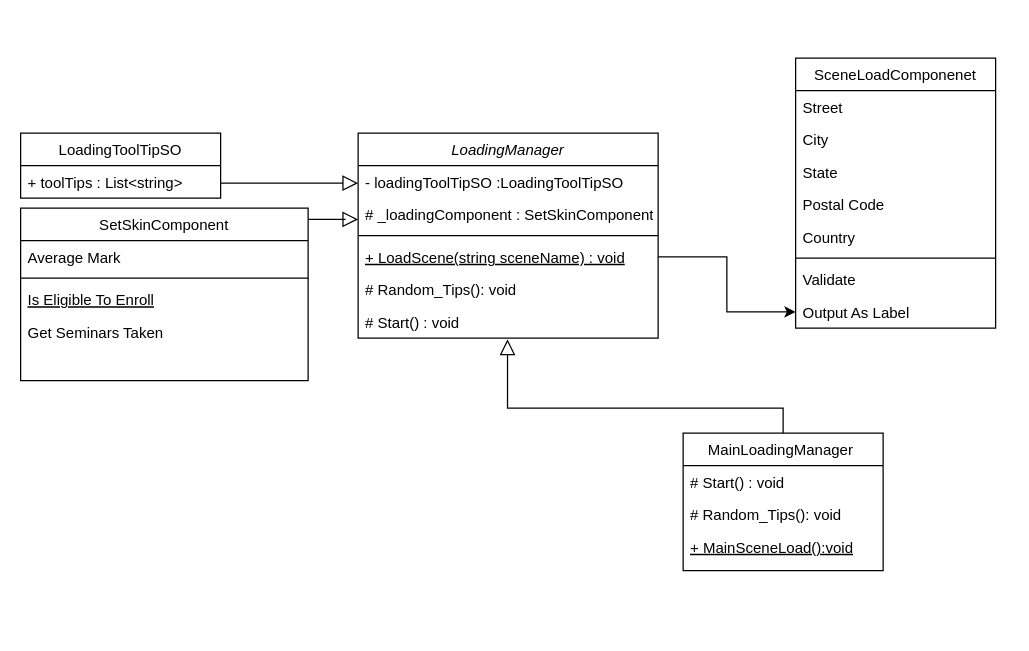
Above: StationerySmashLoading.drawio in elsam0104/Diagrams (draw.io), before the change. Source tidied: cells renumbered, new cells numbered last; positions are measured from the earlier drawing's top-left corner, leaving out a move shared by most shapes. Both pictures are drawn from the tidied source at 125%, with x=0, y=0 at pixel (20, 58).
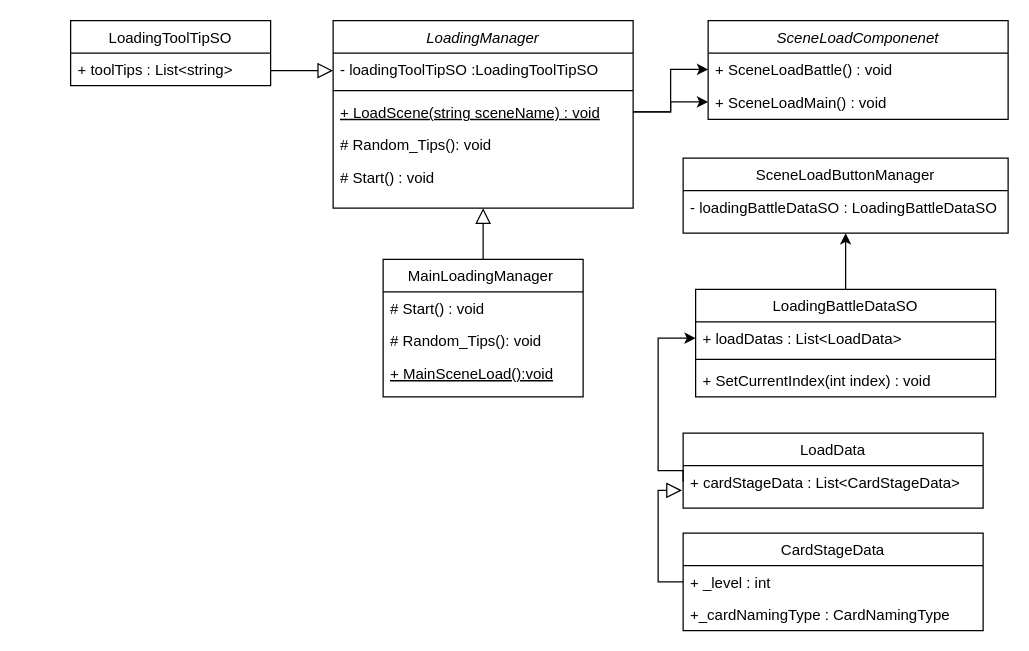
After the change.

What changed in the source:
```diff
@@
     <mxCell id="2" value="LoadingManager" style="swimlane;fontStyle=2;align=center;verticalAlign=top;horizontal=1;startSize=26;rounded=0;shadow=0;strokeWidth=1;" parent="1" vertex="1">
-      <mxGeometry x="270" y="60" width="240" height="164" as="geometry" />
+      <mxGeometry x="250" y="-30" width="240" height="150" as="geometry" />
     </mxCell>
@@
-    <mxCell id="4" value="# _loadingComponent : SetSkinComponent" style="text;align=left;verticalAlign=top;spacingLeft=4;spacingRight=4;overflow=hidden;rounded=0;shadow=0;html=0;" parent="2" vertex="1">
-      <mxGeometry y="52" width="240" height="26" as="geometry" />
-    </mxCell>
     <mxCell id="5" style="line;html=1;strokeWidth=1;align=left;verticalAlign=middle;spacingTop=-1;spacingLeft=3;spacingRight=3;labelPosition=right;" parent="2" vertex="1">
-      <mxGeometry y="78" width="240" height="8" as="geometry" />
+      <mxGeometry y="52" width="240" height="8" as="geometry" />
     </mxCell>
     <mxCell id="6" value="+ LoadScene(string sceneName) : void" style="text;align=left;verticalAlign=top;spacingLeft=4;spacingRight=4;overflow=hidden;points=[[0,0.5],[1,0.5]];portConstraint=eastwest;fontStyle=4;" parent="2" vertex="1">
-      <mxGeometry y="86" width="240" height="26" as="geometry" />
+      <mxGeometry y="60" width="240" height="26" as="geometry" />
     </mxCell>
     <mxCell id="7" value="# Random_Tips(): void" style="text;align=left;verticalAlign=top;spacingLeft=4;spacingRight=4;overflow=hidden;rounded=0;shadow=0;html=0;" parent="2" vertex="1">
-      <mxGeometry y="112" width="240" height="26" as="geometry" />
+      <mxGeometry y="86" width="240" height="26" as="geometry" />
     </mxCell>
     <mxCell id="8" value="# Start() : void" style="text;align=left;verticalAlign=top;spacingLeft=4;spacingRight=4;overflow=hidden;points=[[0,0.5],[1,0.5]];portConstraint=eastwest;" parent="2" vertex="1">
-      <mxGeometry y="138" width="240" height="26" as="geometry" />
+      <mxGeometry y="112" width="240" height="26" as="geometry" />
     </mxCell>
-    <mxCell id="9" value="SetSkinComponent" style="swimlane;fontStyle=0;align=center;verticalAlign=top;horizontal=1;startSize=26;rounded=0;shadow=0;strokeWidth=1;" parent="1" vertex="1">
-      <mxGeometry y="120" width="230" height="138" as="geometry" />
-    </mxCell>
-    <mxCell id="10" value="Average Mark" style="text;align=left;verticalAlign=top;spacingLeft=4;spacingRight=4;overflow=hidden;rounded=0;shadow=0;html=0;" parent="9" vertex="1">
-      <mxGeometry y="26" width="230" height="26" as="geometry" />
-    </mxCell>
-    <mxCell id="11" style="line;html=1;strokeWidth=1;align=left;verticalAlign=middle;spacingTop=-1;spacingLeft=3;spacingRight=3;labelPosition=right;" parent="9" vertex="1">
-      <mxGeometry y="52" width="230" height="8" as="geometry" />
-    </mxCell>
-    <mxCell id="12" value="Is Eligible To Enroll" style="text;align=left;verticalAlign=top;spacingLeft=4;spacingRight=4;overflow=hidden;fontStyle=4;" parent="9" vertex="1">
-      <mxGeometry y="60" width="230" height="26" as="geometry" />
-    </mxCell>
-    <mxCell id="13" value="Get Seminars Taken" style="text;align=left;verticalAlign=top;spacingLeft=4;spacingRight=4;overflow=hidden;" parent="9" vertex="1">
-      <mxGeometry y="86" width="230" height="26" as="geometry" />
-    </mxCell>
-    <mxCell id="14" style="endArrow=block;endSize=10;endFill=0;shadow=0;strokeWidth=1;rounded=0;edgeStyle=elbowEdgeStyle;elbow=vertical;" parent="1" edge="1" source="9" target="2">
-      <mxGeometry relative="1" as="geometry">
-        <Array as="points">
-          <mxPoint x="260" y="129" />
-        </Array>
-      </mxGeometry>
-    </mxCell>
     <mxCell id="15" value="LoadingToolTipSO" style="swimlane;fontStyle=0;align=center;verticalAlign=top;horizontal=1;startSize=26;rounded=0;shadow=0;strokeWidth=1;" parent="1" vertex="1">
-      <mxGeometry y="60" width="160" height="52" as="geometry" />
+      <mxGeometry x="40" y="-30" width="160" height="52" as="geometry" />
     </mxCell>
@@
     <mxCell id="17" style="endArrow=block;endSize=10;endFill=0;shadow=0;strokeWidth=1;rounded=0;edgeStyle=elbowEdgeStyle;elbow=vertical;" parent="1" edge="1" source="15" target="2">
       <mxGeometry relative="1" as="geometry">
         <Array as="points">
-          <mxPoint x="250" y="100" />
-          <mxPoint x="330" y="210" />
-          <mxPoint x="320" y="250" />
+          <mxPoint x="230" y="10" />
+          <mxPoint x="310" y="120" />
+          <mxPoint x="300" y="160" />
         </Array>
       </mxGeometry>
     </mxCell>
-    <mxCell id="18" value="SceneLoadComponenet" style="swimlane;fontStyle=0;align=center;verticalAlign=top;horizontal=1;startSize=26;rounded=0;shadow=0;strokeWidth=1;" parent="1" vertex="1">
-      <mxGeometry x="620" width="160" height="216" as="geometry" />
-    </mxCell>
-    <mxCell id="19" value="Street" style="text;align=left;verticalAlign=top;spacingLeft=4;spacingRight=4;overflow=hidden;" parent="18" vertex="1">
-      <mxGeometry y="26" width="160" height="26" as="geometry" />
-    </mxCell>
-    <mxCell id="20" value="City" style="text;align=left;verticalAlign=top;spacingLeft=4;spacingRight=4;overflow=hidden;rounded=0;shadow=0;html=0;" parent="18" vertex="1">
-      <mxGeometry y="52" width="160" height="26" as="geometry" />
-    </mxCell>
-    <mxCell id="21" value="State" style="text;align=left;verticalAlign=top;spacingLeft=4;spacingRight=4;overflow=hidden;rounded=0;shadow=0;html=0;" parent="18" vertex="1">
-      <mxGeometry y="78" width="160" height="26" as="geometry" />
-    </mxCell>
-    <mxCell id="22" value="Postal Code" style="text;align=left;verticalAlign=top;spacingLeft=4;spacingRight=4;overflow=hidden;rounded=0;shadow=0;html=0;" parent="18" vertex="1">
-      <mxGeometry y="104" width="160" height="26" as="geometry" />
-    </mxCell>
-    <mxCell id="23" value="Country" style="text;align=left;verticalAlign=top;spacingLeft=4;spacingRight=4;overflow=hidden;rounded=0;shadow=0;html=0;" parent="18" vertex="1">
-      <mxGeometry y="130" width="160" height="26" as="geometry" />
-    </mxCell>
-    <mxCell id="24" style="line;html=1;strokeWidth=1;align=left;verticalAlign=middle;spacingTop=-1;spacingLeft=3;spacingRight=3;labelPosition=right;" parent="18" vertex="1">
-      <mxGeometry y="156" width="160" height="8" as="geometry" />
-    </mxCell>
-    <mxCell id="25" value="Validate" style="text;align=left;verticalAlign=top;spacingLeft=4;spacingRight=4;overflow=hidden;" parent="18" vertex="1">
-      <mxGeometry y="164" width="160" height="26" as="geometry" />
-    </mxCell>
-    <mxCell id="26" value="Output As Label" style="text;align=left;verticalAlign=top;spacingLeft=4;spacingRight=4;overflow=hidden;points=[[0,0.5],[1,0.5]];portConstraint=eastwest;" parent="18" vertex="1">
-      <mxGeometry y="190" width="160" height="26" as="geometry" />
-    </mxCell>
     <mxCell id="27" value="MainLoadingManager " style="swimlane;fontStyle=0;align=center;verticalAlign=top;horizontal=1;startSize=26;rounded=0;shadow=0;strokeWidth=1;" parent="1" vertex="1">
-      <mxGeometry x="530" y="300" width="160" height="110" as="geometry" />
+      <mxGeometry x="290" y="161" width="160" height="110" as="geometry" />
     </mxCell>
@@
-    <mxCell id="31" style="endArrow=block;endSize=10;endFill=0;shadow=0;strokeWidth=1;rounded=0;edgeStyle=elbowEdgeStyle;elbow=vertical;exitX=0.5;exitY=0;exitDx=0;exitDy=0;entryX=0.498;entryY=1.038;entryDx=0;entryDy=0;entryPerimeter=0;" parent="1" edge="1" source="27" target="8">
+    <mxCell id="31" style="endArrow=block;endSize=10;endFill=0;shadow=0;strokeWidth=1;rounded=0;edgeStyle=elbowEdgeStyle;elbow=vertical;exitX=0.5;exitY=0;exitDx=0;exitDy=0;entryX=0.5;entryY=1;entryDx=0;entryDy=0;" parent="1" edge="1" source="27" target="2">
       <mxGeometry relative="1" as="geometry">
         <Array as="points">
-          <mxPoint x="390" y="280" />
+          <mxPoint x="460" y="160" />
         </Array>
       </mxGeometry>
     </mxCell>
-    <mxCell id="32" style="edgeStyle=orthogonalEdgeStyle;rounded=0;jettySize=auto;html=1;" parent="1" edge="1" source="6" target="26">
-      <mxGeometry relative="1" as="geometry" />
-    </mxCell>
+    <mxCell id="18" value="SceneLoadComponenet" style="swimlane;fontStyle=2;align=center;verticalAlign=top;horizontal=1;startSize=26;rounded=0;shadow=0;strokeWidth=1;" parent="1" vertex="1">
+      <mxGeometry x="550" y="-30" width="240" height="79" as="geometry" />
+    </mxCell>
+    <mxCell id="33" value="+ SceneLoadBattle() : void" style="text;align=left;verticalAlign=top;spacingLeft=4;spacingRight=4;overflow=hidden;points=[[0,0.5],[1,0.5]];portConstraint=eastwest;fontStyle=0;" parent="18" vertex="1">
+      <mxGeometry y="26" width="240" height="26" as="geometry" />
+    </mxCell>
+    <mxCell id="34" value="+ SceneLoadMain() : void" style="text;align=left;verticalAlign=top;spacingLeft=4;spacingRight=4;overflow=hidden;points=[[0,0.5],[1,0.5]];portConstraint=eastwest;rounded=0;shadow=0;html=0;" parent="18" vertex="1">
+      <mxGeometry y="52" width="240" height="26" as="geometry" />
+    </mxCell>
+    <mxCell id="35" value="LoadData" style="swimlane;fontStyle=0;align=center;verticalAlign=top;horizontal=1;startSize=26;rounded=0;shadow=0;strokeWidth=1;" parent="1" vertex="1">
+      <mxGeometry x="530" y="300" width="240" height="60" as="geometry" />
+    </mxCell>
+    <mxCell id="36" value="+ cardStageData : List&lt;CardStageData&gt; " style="text;align=left;verticalAlign=top;spacingLeft=4;spacingRight=4;overflow=hidden;points=[[0,0.5],[1,0.5]];portConstraint=eastwest;" parent="35" vertex="1">
+      <mxGeometry y="26" width="240" height="26" as="geometry" />
+    </mxCell>
+    <mxCell id="37" value="CardStageData" style="swimlane;fontStyle=0;align=center;verticalAlign=top;horizontal=1;startSize=26;rounded=0;shadow=0;strokeWidth=1;" parent="1" vertex="1">
+      <mxGeometry x="530" y="380" width="240" height="78" as="geometry" />
+    </mxCell>
+    <mxCell id="38" value="+ _level : int" style="text;align=left;verticalAlign=top;spacingLeft=4;spacingRight=4;overflow=hidden;" parent="37" vertex="1">
+      <mxGeometry y="26" width="240" height="26" as="geometry" />
+    </mxCell>
+    <mxCell id="39" value="+_cardNamingType : CardNamingType " style="text;align=left;verticalAlign=top;spacingLeft=4;spacingRight=4;overflow=hidden;" parent="37" vertex="1">
+      <mxGeometry y="52" width="240" height="26" as="geometry" />
+    </mxCell>
+    <mxCell id="40" style="edgeStyle=orthogonalEdgeStyle;rounded=0;jettySize=auto;html=1;exitX=0.5;exitY=0;exitDx=0;exitDy=0;entryX=0.5;entryY=1;entryDx=0;entryDy=0;" parent="1" edge="1" source="41" target="45">
+      <mxGeometry relative="1" as="geometry" />
+    </mxCell>
+    <mxCell id="41" value="LoadingBattleDataSO" style="swimlane;fontStyle=0;align=center;verticalAlign=top;horizontal=1;startSize=26;rounded=0;shadow=0;strokeWidth=1;" parent="1" vertex="1">
+      <mxGeometry x="540" y="185" width="240" height="86" as="geometry" />
+    </mxCell>
+    <mxCell id="42" value="+ loadDatas : List&lt;LoadData&gt; " style="text;align=left;verticalAlign=top;spacingLeft=4;spacingRight=4;overflow=hidden;points=[[0,0.5],[1,0.5]];portConstraint=eastwest;" parent="41" vertex="1">
+      <mxGeometry y="26" width="240" height="26" as="geometry" />
+    </mxCell>
+    <mxCell id="43" style="line;html=1;strokeWidth=1;align=left;verticalAlign=middle;spacingTop=-1;spacingLeft=3;spacingRight=3;labelPosition=right;" parent="41" vertex="1">
+      <mxGeometry y="52" width="240" height="8" as="geometry" />
+    </mxCell>
+    <mxCell id="44" value="+ SetCurrentIndex(int index) : void" style="text;align=left;verticalAlign=top;spacingLeft=4;spacingRight=4;overflow=hidden;" parent="41" vertex="1">
+      <mxGeometry y="60" width="240" height="26" as="geometry" />
+    </mxCell>
+    <mxCell id="45" value="SceneLoadButtonManager" style="swimlane;fontStyle=0;align=center;verticalAlign=top;horizontal=1;startSize=26;rounded=0;shadow=0;strokeWidth=1;" parent="1" vertex="1">
+      <mxGeometry x="530" y="80" width="260" height="60" as="geometry" />
+    </mxCell>
+    <mxCell id="46" value="- loadingBattleDataSO : LoadingBattleDataSO " style="text;align=left;verticalAlign=top;spacingLeft=4;spacingRight=4;overflow=hidden;" parent="45" vertex="1">
+      <mxGeometry y="26" width="260" height="26" as="geometry" />
+    </mxCell>
+    <mxCell id="47" style="endArrow=block;endSize=10;endFill=0;shadow=0;strokeWidth=1;rounded=0;edgeStyle=elbowEdgeStyle;elbow=vertical;exitX=0;exitY=0.5;exitDx=0;exitDy=0;entryX=-0.004;entryY=0.76;entryDx=0;entryDy=0;entryPerimeter=0;" parent="1" edge="1" source="37" target="36">
+      <mxGeometry relative="1" as="geometry">
+        <Array as="points">
+          <mxPoint x="510" y="350" />
+          <mxPoint x="510" y="370" />
+          <mxPoint x="120" y="475" />
+          <mxPoint x="-80" y="405" />
+          <mxPoint y="515" />
+          <mxPoint x="-10" y="555" />
+        </Array>
+      </mxGeometry>
+    </mxCell>
+    <mxCell id="48" style="edgeStyle=orthogonalEdgeStyle;rounded=0;jettySize=auto;html=1;exitX=1;exitY=0.5;exitDx=0;exitDy=0;entryX=0;entryY=0.5;entryDx=0;entryDy=0;" parent="1" edge="1" source="6" target="34">
+      <mxGeometry relative="1" as="geometry" />
+    </mxCell>
+    <mxCell id="49" style="edgeStyle=orthogonalEdgeStyle;rounded=0;jettySize=auto;html=1;exitX=0;exitY=0.5;exitDx=0;exitDy=0;entryX=0;entryY=0.5;entryDx=0;entryDy=0;" parent="1" edge="1" source="36" target="42">
+      <mxGeometry relative="1" as="geometry">
+        <Array as="points">
+          <mxPoint x="530" y="330" />
+          <mxPoint x="510" y="330" />
+          <mxPoint x="510" y="224" />
+        </Array>
+      </mxGeometry>
+    </mxCell>
+    <mxCell id="50" style="edgeStyle=orthogonalEdgeStyle;rounded=0;jettySize=auto;html=1;exitX=1;exitY=0.5;exitDx=0;exitDy=0;entryX=0;entryY=0.5;entryDx=0;entryDy=0;" parent="1" edge="1" source="6" target="33">
+      <mxGeometry relative="1" as="geometry" />
+    </mxCell>
```
